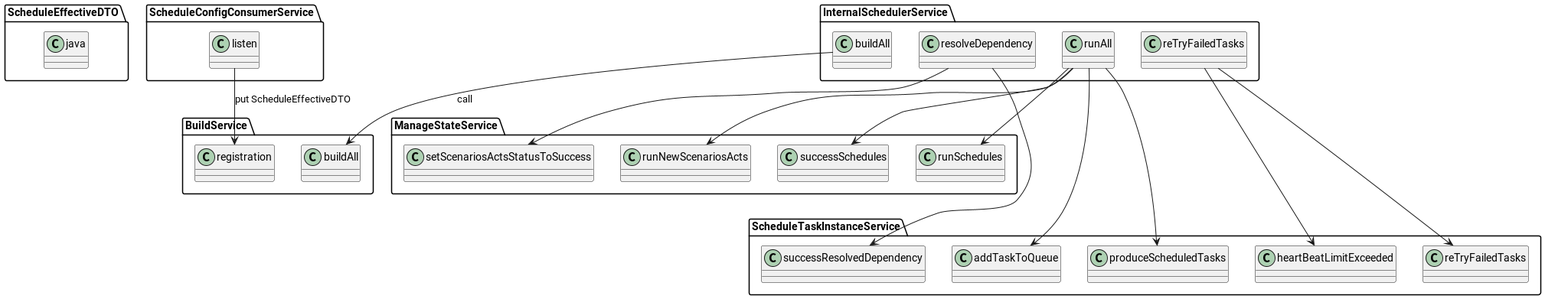
Before: lakehouse-scheduler-svc/doc/scheduling/SchedulerClasses.png, a diagram exported from PlantUML (zaytsevdmitry/lakehouse).
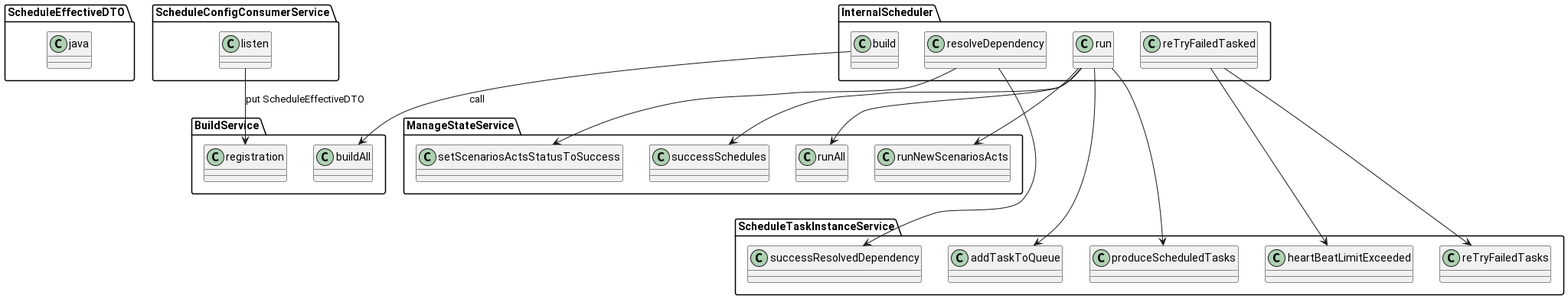
After the commit.

Change to the diagram source:
```diff
@@ -4,25 +4,18 @@
 
 ScheduleConfigConsumerService.listen -->   BuildService.registration : put ScheduleEffectiveDTO
 
-InternalSchedulerService.buildAll --> BuildService.buildAll : call
+InternalScheduler.build --> BuildService.buildAll : call
 
+InternalScheduler.resolveDependency -->ManageStateService.setScenariosActsStatusToSuccess
+InternalScheduler.resolveDependency --->ScheduleTaskInstanceService.successResolvedDependency
 
+InternalScheduler.run -->		ManageStateService.runAll
+InternalScheduler.run -->		ManageStateService.runNewScenariosActs
+InternalScheduler.run --->	ScheduleTaskInstanceService.addTaskToQueue
+InternalScheduler.run ---> ScheduleTaskInstanceService.produceScheduledTasks
+InternalScheduler.run -->		ManageStateService.successSchedules
 
-
-InternalSchedulerService.resolveDependency -->ManageStateService.setScenariosActsStatusToSuccess
-InternalSchedulerService.resolveDependency --->ScheduleTaskInstanceService.successResolvedDependency
-
-
-
-InternalSchedulerService.runAll -->		ManageStateService.successSchedules
-
-InternalSchedulerService.runAll -->		ManageStateService.runSchedules
-InternalSchedulerService.runAll -->		ManageStateService.runNewScenariosActs
-InternalSchedulerService.runAll --->	ScheduleTaskInstanceService.addTaskToQueue
-InternalSchedulerService.runAll ---> ScheduleTaskInstanceService.produceScheduledTasks
-
-InternalSchedulerService.reTryFailedTasks ---> ScheduleTaskInstanceService.heartBeatLimitExceeded
-InternalSchedulerService.reTryFailedTasks ---> ScheduleTaskInstanceService.reTryFailedTasks
-
+InternalScheduler.reTryFailedTasked ---> ScheduleTaskInstanceService.heartBeatLimitExceeded
+InternalScheduler.reTryFailedTasked ---> ScheduleTaskInstanceService.reTryFailedTasks
 
 @enduml
```
